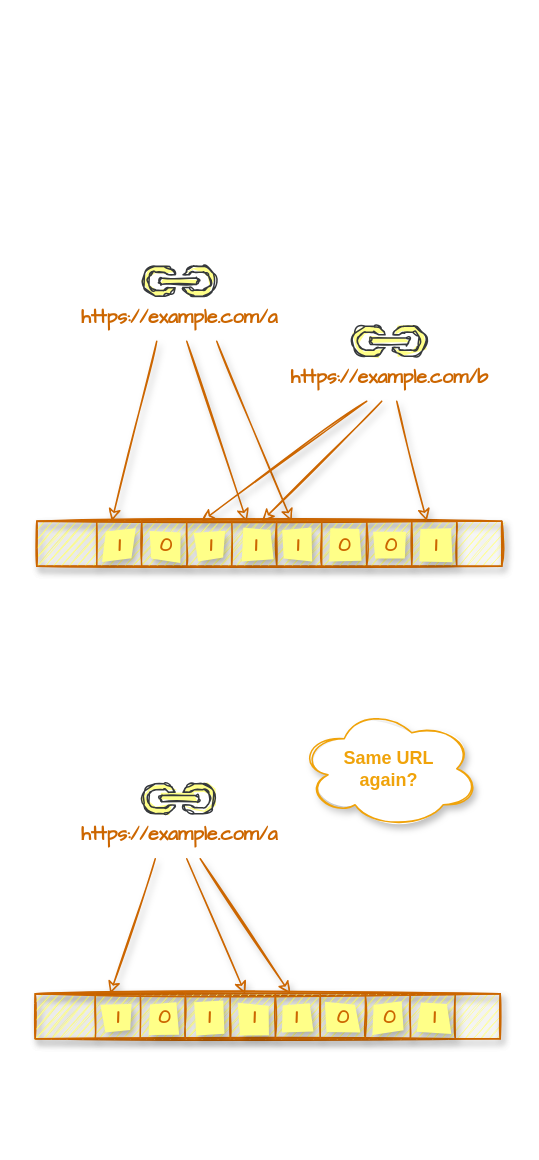
Above: page "bloomfilter" (2 of 6) of res/design.drawio in vincent-scw/mysearchengine (draw.io), before the change. Source tidied: cells renumbered, new cells numbered last; positions are measured from the earlier drawing's top-left corner, leaving out a move shared by most shapes. Both pictures are drawn from the tidied source at 150%, with x=0, y=0 at pixel (34, 266).
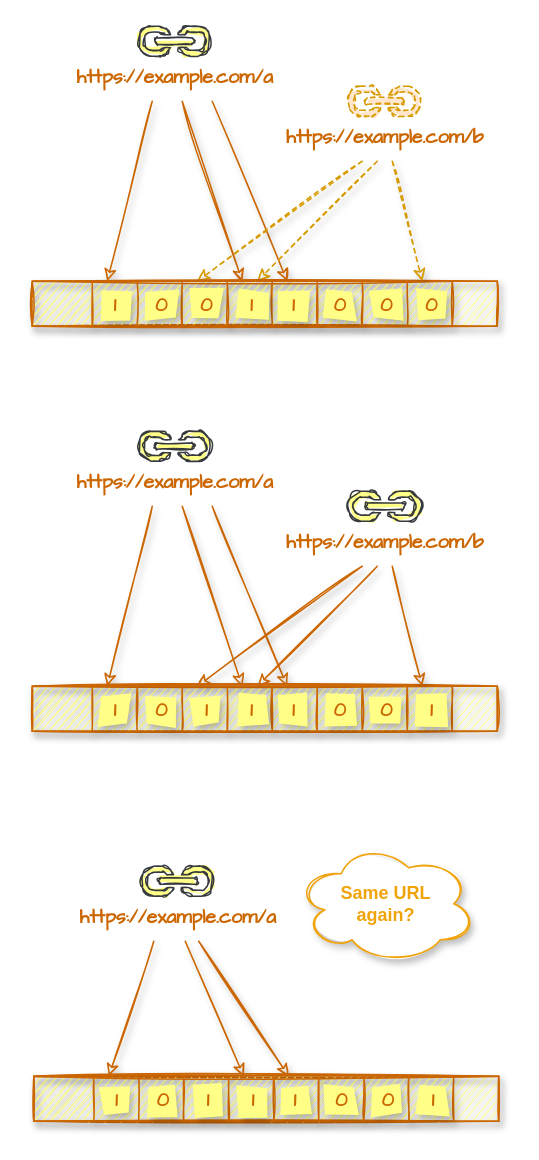
The same page after the edit.

What changed in the source:
```diff
@@
     <mxCell id="2" style="rounded=0;sketch=1;orthogonalLoop=1;jettySize=auto;html=1;shadow=1;endArrow=classic;endFill=0;strokeWidth=1;fontFamily=Comic Sans MS;fontSize=13;fontColor=#000000;fillColor=#cce5ff;strokeColor=#CC6600;" parent="1" edge="1">
       <mxGeometry relative="1" as="geometry">
-        <mxPoint x="81" y="50" as="sourcePoint" />
-        <mxPoint x="51" y="170" as="targetPoint" />
+        <mxPoint x="78" y="160" as="sourcePoint" />
+        <mxPoint x="48" y="280" as="targetPoint" />
       </mxGeometry>
     </mxCell>
     <mxCell id="3" style="rounded=0;sketch=1;orthogonalLoop=1;jettySize=auto;html=1;shadow=1;endArrow=classic;endFill=0;strokeWidth=1;fontFamily=Comic Sans MS;fontSize=13;fontColor=#000000;fillColor=#cce5ff;strokeColor=#CC6600;" parent="1" edge="1">
       <mxGeometry relative="1" as="geometry">
-        <mxPoint x="101" y="50" as="sourcePoint" />
-        <mxPoint x="141" y="170" as="targetPoint" />
+        <mxPoint x="98" y="160" as="sourcePoint" />
+        <mxPoint x="138" y="280" as="targetPoint" />
       </mxGeometry>
     </mxCell>
     <mxCell id="4" style="rounded=0;sketch=1;orthogonalLoop=1;jettySize=auto;html=1;shadow=1;endArrow=classic;endFill=0;strokeWidth=1;fontFamily=Comic Sans MS;fontSize=13;fontColor=#000000;fillColor=#cce5ff;strokeColor=#CC6600;" parent="1" edge="1">
       <mxGeometry relative="1" as="geometry">
-        <mxPoint x="121" y="50" as="sourcePoint" />
-        <mxPoint x="171" y="170" as="targetPoint" />
+        <mxPoint x="118" y="160" as="sourcePoint" />
+        <mxPoint x="168" y="280" as="targetPoint" />
       </mxGeometry>
     </mxCell>
     <mxCell id="5" style="rounded=0;sketch=1;orthogonalLoop=1;jettySize=auto;html=1;shadow=1;endArrow=classic;endFill=0;strokeWidth=1;fontFamily=Comic Sans MS;fontSize=13;fontColor=#000000;fillColor=#cce5ff;strokeColor=#CC6600;" parent="1" edge="1">
       <mxGeometry relative="1" as="geometry">
-        <mxPoint x="221" y="90" as="sourcePoint" />
-        <mxPoint x="111" y="170" as="targetPoint" />
+        <mxPoint x="218" y="200" as="sourcePoint" />
+        <mxPoint x="108" y="280" as="targetPoint" />
       </mxGeometry>
     </mxCell>
     <mxCell id="6" style="rounded=0;sketch=1;orthogonalLoop=1;jettySize=auto;html=1;shadow=1;endArrow=classic;endFill=0;strokeWidth=1;fontFamily=Comic Sans MS;fontSize=13;fontColor=#000000;fillColor=#cce5ff;strokeColor=#CC6600;" parent="1" edge="1">
       <mxGeometry relative="1" as="geometry">
-        <mxPoint x="231" y="90" as="sourcePoint" />
-        <mxPoint x="151" y="170" as="targetPoint" />
+        <mxPoint x="228" y="200" as="sourcePoint" />
+        <mxPoint x="148" y="280" as="targetPoint" />
       </mxGeometry>
     </mxCell>
     <mxCell id="7" style="group;shadow=1;sketch=1;fillColor=#ffff88;strokeColor=#CC6600;fontColor=#CC6600;fontStyle=1;fillStyle=auto;fontSize=13;" parent="1" vertex="1">
-      <mxGeometry x="1" y="170" width="310" height="30" as="geometry" />
+      <mxGeometry x="-2" y="280" width="310" height="30" as="geometry" />
     </mxCell>
@@
     <mxCell id="28" style="rounded=0;sketch=1;orthogonalLoop=1;jettySize=auto;html=1;shadow=1;endArrow=classic;endFill=0;strokeWidth=1;fontFamily=Comic Sans MS;fontSize=13;fontColor=#000000;fillColor=#cce5ff;strokeColor=#CC6600;" parent="1" edge="1">
       <mxGeometry relative="1" as="geometry">
-        <mxPoint x="241" y="90" as="sourcePoint" />
-        <mxPoint x="261" y="170" as="targetPoint" />
+        <mxPoint x="238" y="200" as="sourcePoint" />
+        <mxPoint x="258" y="280" as="targetPoint" />
       </mxGeometry>
     </mxCell>
     <mxCell id="29" value="https://example.com/a" style="shadow=0;dashed=0;html=1;strokeColor=#36393d;fillColor=#ffff88;labelPosition=center;verticalLabelPosition=bottom;verticalAlign=top;align=center;shape=mxgraph.office.concepts.link;labelBackgroundColor=none;sketch=1;fontFamily=Comic Sans MS;fontSize=13;fontColor=#CC6600;fontStyle=1;fillStyle=solid;" parent="1" vertex="1">
-      <mxGeometry x="71" width="50" height="20" as="geometry" />
+      <mxGeometry x="68" y="110" width="50" height="20" as="geometry" />
     </mxCell>
     <mxCell id="30" value="https://example.com/b" style="shadow=0;dashed=0;html=1;strokeColor=#36393d;fillColor=#ffff88;labelPosition=center;verticalLabelPosition=bottom;verticalAlign=top;align=center;shape=mxgraph.office.concepts.link;labelBackgroundColor=none;sketch=1;fontFamily=Comic Sans MS;fontSize=13;fontColor=#CC6600;fontStyle=1;fillStyle=solid;" parent="1" vertex="1">
-      <mxGeometry x="211" y="40" width="50" height="20" as="geometry" />
+      <mxGeometry x="208" y="150" width="50" height="20" as="geometry" />
     </mxCell>
     <mxCell id="31" style="rounded=0;sketch=1;orthogonalLoop=1;jettySize=auto;html=1;shadow=1;endArrow=classic;endFill=0;strokeWidth=1;fontFamily=Comic Sans MS;fontSize=13;fontColor=#000000;fillColor=#cce5ff;strokeColor=#CC6600;" parent="1" edge="1">
       <mxGeometry relative="1" as="geometry">
-        <mxPoint x="80" y="395" as="sourcePoint" />
-        <mxPoint x="50" y="485" as="targetPoint" />
+        <mxPoint x="79" y="450" as="sourcePoint" />
+        <mxPoint x="49" y="540" as="targetPoint" />
       </mxGeometry>
     </mxCell>
     <mxCell id="32" style="rounded=0;sketch=1;orthogonalLoop=1;jettySize=auto;html=1;shadow=1;endArrow=classic;endFill=0;strokeWidth=1;fontFamily=Comic Sans MS;fontSize=13;fontColor=#000000;fillColor=#cce5ff;strokeColor=#CC6600;" parent="1" edge="1">
       <mxGeometry relative="1" as="geometry">
-        <mxPoint x="101" y="395" as="sourcePoint" />
-        <mxPoint x="140" y="485" as="targetPoint" />
+        <mxPoint x="100" y="450" as="sourcePoint" />
+        <mxPoint x="139" y="540" as="targetPoint" />
       </mxGeometry>
     </mxCell>
     <mxCell id="33" style="rounded=0;sketch=1;orthogonalLoop=1;jettySize=auto;html=1;shadow=1;endArrow=classic;endFill=0;strokeWidth=1;fontFamily=Comic Sans MS;fontSize=13;fontColor=#000000;fillColor=#cce5ff;strokeColor=#CC6600;" parent="1" edge="1">
       <mxGeometry relative="1" as="geometry">
-        <mxPoint x="110" y="395" as="sourcePoint" />
-        <mxPoint x="170" y="485" as="targetPoint" />
+        <mxPoint x="109" y="450" as="sourcePoint" />
+        <mxPoint x="169" y="540" as="targetPoint" />
       </mxGeometry>
     </mxCell>
     <mxCell id="34" style="group;shadow=1;sketch=1;fillColor=#ffff88;strokeColor=#CC6600;fontColor=#CC6600;fontStyle=1;fillStyle=auto;fontSize=13;" parent="1" vertex="1">
-      <mxGeometry y="485" width="310" height="30" as="geometry" />
+      <mxGeometry x="-1" y="540" width="310" height="30" as="geometry" />
     </mxCell>
@@
     <mxCell id="55" value="https://example.com/a" style="shadow=0;dashed=0;html=1;strokeColor=#36393d;fillColor=#ffff88;labelPosition=center;verticalLabelPosition=bottom;verticalAlign=top;align=center;shape=mxgraph.office.concepts.link;labelBackgroundColor=none;sketch=1;fontFamily=Comic Sans MS;fontSize=13;fontColor=#CC6600;fontStyle=1;fillStyle=solid;" parent="1" vertex="1">
-      <mxGeometry x="71" y="345" width="50" height="20" as="geometry" />
+      <mxGeometry x="70" y="400" width="50" height="20" as="geometry" />
     </mxCell>
     <mxCell id="56" value="Same URL &lt;br&gt;again?" style="ellipse;shape=cloud;whiteSpace=wrap;html=1;shadow=1;strokeColor=#F0A30A;fontColor=#F0A30A;fontStyle=1;sketch=1;" parent="1" vertex="1">
-      <mxGeometry x="176" y="295" width="120" height="80" as="geometry" />
+      <mxGeometry x="174" y="385" width="120" height="80" as="geometry" />
     </mxCell>
+    <mxCell id="57" style="rounded=0;sketch=1;orthogonalLoop=1;jettySize=auto;html=1;shadow=1;endArrow=classic;endFill=0;strokeWidth=1;fontFamily=Comic Sans MS;fontSize=13;fontColor=#000000;fillColor=#cce5ff;strokeColor=#CC6600;" parent="1" edge="1">
+      <mxGeometry relative="1" as="geometry">
+        <mxPoint x="78" y="-110" as="sourcePoint" />
+        <mxPoint x="48" y="10" as="targetPoint" />
+      </mxGeometry>
+    </mxCell>
+    <mxCell id="58" style="rounded=0;sketch=1;orthogonalLoop=1;jettySize=auto;html=1;shadow=1;endArrow=classic;endFill=0;strokeWidth=1;fontFamily=Comic Sans MS;fontSize=13;fontColor=#000000;fillColor=#cce5ff;strokeColor=#CC6600;" parent="1" edge="1">
+      <mxGeometry relative="1" as="geometry">
+        <mxPoint x="98" y="-110" as="sourcePoint" />
+        <mxPoint x="138" y="10" as="targetPoint" />
+      </mxGeometry>
+    </mxCell>
+    <mxCell id="59" style="rounded=0;sketch=1;orthogonalLoop=1;jettySize=auto;html=1;shadow=1;endArrow=classic;endFill=0;strokeWidth=1;fontFamily=Comic Sans MS;fontSize=13;fontColor=#000000;fillColor=#cce5ff;strokeColor=#CC6600;" parent="1" edge="1">
+      <mxGeometry relative="1" as="geometry">
+        <mxPoint x="118" y="-110" as="sourcePoint" />
+        <mxPoint x="168" y="10" as="targetPoint" />
+      </mxGeometry>
+    </mxCell>
+    <mxCell id="60" style="rounded=0;sketch=1;orthogonalLoop=1;jettySize=auto;html=1;shadow=1;endArrow=classic;endFill=0;strokeWidth=1;fontFamily=Comic Sans MS;fontSize=13;fontColor=#000000;fillColor=#ffe6cc;strokeColor=#d79b00;dashed=1;" parent="1" edge="1">
+      <mxGeometry relative="1" as="geometry">
+        <mxPoint x="218" y="-70" as="sourcePoint" />
+        <mxPoint x="108" y="10" as="targetPoint" />
+      </mxGeometry>
+    </mxCell>
+    <mxCell id="61" style="rounded=0;sketch=1;orthogonalLoop=1;jettySize=auto;html=1;shadow=1;endArrow=classic;endFill=0;strokeWidth=1;fontFamily=Comic Sans MS;fontSize=13;fontColor=#000000;fillColor=#ffe6cc;strokeColor=#d79b00;dashed=1;" parent="1" edge="1">
+      <mxGeometry relative="1" as="geometry">
+        <mxPoint x="228" y="-70" as="sourcePoint" />
+        <mxPoint x="148" y="10" as="targetPoint" />
+      </mxGeometry>
+    </mxCell>
+    <mxCell id="62" style="group;shadow=1;sketch=1;fillColor=#ffff88;strokeColor=#CC6600;fontColor=#CC6600;fontStyle=1;fillStyle=auto;fontSize=13;" parent="1" vertex="1">
+      <mxGeometry x="-2" y="10" width="310" height="30" as="geometry" />
+    </mxCell>
+    <mxCell id="63" style="group;shadow=1;sketch=1;fillColor=#ffff88;strokeColor=#CC6600;fontColor=#CC6600;fontStyle=1;fontSize=13;" parent="62" vertex="1">
+      <mxGeometry width="280" height="30" as="geometry" />
+    </mxCell>
+    <mxCell id="64" style="endArrow=none;html=1;shadow=1;strokeWidth=1;fontFamily=Comic Sans MS;fontSize=13;sketch=1;fontStyle=1;fillColor=#ffff88;strokeColor=#CC6600;fontColor=#CC6600;" parent="63" edge="1">
+      <mxGeometry relative="1" as="geometry">
+        <mxPoint as="sourcePoint" />
+        <mxPoint x="310" as="targetPoint" />
+      </mxGeometry>
+    </mxCell>
+    <mxCell id="65" style="endArrow=none;html=1;shadow=1;strokeWidth=1;fontFamily=Comic Sans MS;fontSize=13;sketch=1;fontStyle=1;fillColor=#ffff88;strokeColor=#CC6600;fontColor=#CC6600;" parent="63" edge="1">
+      <mxGeometry relative="1" as="geometry">
+        <mxPoint y="30" as="sourcePoint" />
+        <mxPoint x="310" y="30" as="targetPoint" />
+      </mxGeometry>
+    </mxCell>
+    <mxCell id="66" style="endArrow=none;html=1;shadow=1;strokeWidth=1;fontFamily=Comic Sans MS;fontSize=13;sketch=1;fontStyle=1;fillColor=#ffff88;strokeColor=#CC6600;fontColor=#CC6600;" parent="63" edge="1">
+      <mxGeometry relative="1" as="geometry">
+        <mxPoint x="40" y="30" as="sourcePoint" />
+        <mxPoint x="40" as="targetPoint" />
+      </mxGeometry>
+    </mxCell>
+    <mxCell id="67" style="endArrow=none;html=1;shadow=1;strokeWidth=1;fontFamily=Comic Sans MS;fontSize=13;sketch=1;fontStyle=1;fillColor=#ffff88;strokeColor=#CC6600;fontColor=#CC6600;" parent="63" edge="1">
+      <mxGeometry relative="1" as="geometry">
+        <mxPoint x="70" y="30" as="sourcePoint" />
+        <mxPoint x="70" as="targetPoint" />
+      </mxGeometry>
+    </mxCell>
+    <mxCell id="68" style="endArrow=none;html=1;shadow=1;strokeWidth=1;fontFamily=Comic Sans MS;fontSize=13;sketch=1;fontStyle=1;fillColor=#ffff88;strokeColor=#CC6600;fontColor=#CC6600;" parent="63" edge="1">
+      <mxGeometry relative="1" as="geometry">
+        <mxPoint x="100" y="30" as="sourcePoint" />
+        <mxPoint x="100" as="targetPoint" />
+      </mxGeometry>
+    </mxCell>
+    <mxCell id="69" style="endArrow=none;html=1;shadow=1;strokeWidth=1;fontFamily=Comic Sans MS;fontSize=13;sketch=1;fontStyle=1;fillColor=#ffff88;strokeColor=#CC6600;fontColor=#CC6600;" parent="63" edge="1">
+      <mxGeometry relative="1" as="geometry">
+        <mxPoint x="130" y="30" as="sourcePoint" />
+        <mxPoint x="130" as="targetPoint" />
+      </mxGeometry>
+    </mxCell>
+    <mxCell id="70" style="endArrow=none;html=1;shadow=1;strokeWidth=1;fontFamily=Comic Sans MS;fontSize=13;sketch=1;fontStyle=1;fillColor=#ffff88;strokeColor=#CC6600;fontColor=#CC6600;" parent="63" edge="1">
+      <mxGeometry relative="1" as="geometry">
+        <mxPoint x="160" y="30" as="sourcePoint" />
+        <mxPoint x="160" as="targetPoint" />
+      </mxGeometry>
+    </mxCell>
+    <mxCell id="71" style="endArrow=none;html=1;shadow=1;strokeWidth=1;fontFamily=Comic Sans MS;fontSize=13;sketch=1;fontStyle=1;fillColor=#ffff88;strokeColor=#CC6600;fontColor=#CC6600;" parent="63" edge="1">
+      <mxGeometry relative="1" as="geometry">
+        <mxPoint x="190" y="30" as="sourcePoint" />
+        <mxPoint x="190" as="targetPoint" />
+      </mxGeometry>
+    </mxCell>
+    <mxCell id="72" style="endArrow=none;html=1;shadow=1;strokeWidth=1;fontFamily=Comic Sans MS;fontSize=13;sketch=1;fontStyle=1;fillColor=#ffff88;strokeColor=#CC6600;fontColor=#CC6600;" parent="63" edge="1">
+      <mxGeometry relative="1" as="geometry">
+        <mxPoint x="220" y="30" as="sourcePoint" />
+        <mxPoint x="220" as="targetPoint" />
+      </mxGeometry>
+    </mxCell>
+    <mxCell id="73" style="endArrow=none;html=1;shadow=1;strokeWidth=1;fontFamily=Comic Sans MS;fontSize=13;sketch=1;fontStyle=1;fillColor=#ffff88;strokeColor=#CC6600;fontColor=#CC6600;" parent="63" edge="1">
+      <mxGeometry relative="1" as="geometry">
+        <mxPoint x="250" y="30" as="sourcePoint" />
+        <mxPoint x="250" as="targetPoint" />
+      </mxGeometry>
+    </mxCell>
+    <mxCell id="74" value="1" style="text;html=1;align=center;verticalAlign=middle;fontSize=13;fontFamily=Comic Sans MS;sketch=1;fontStyle=1;shadow=1;fillColor=#ffff88;fontColor=#CC6600;fillStyle=solid;" parent="63" vertex="1">
+      <mxGeometry x="45" y="6" width="20" height="20" as="geometry" />
+    </mxCell>
+    <mxCell id="75" value="0" style="text;html=1;align=center;verticalAlign=middle;fontSize=13;fontFamily=Comic Sans MS;sketch=1;fontStyle=1;shadow=1;fillColor=#ffff88;fontColor=#CC6600;fillStyle=solid;" parent="63" vertex="1">
+      <mxGeometry x="106" y="6" width="20" height="20" as="geometry" />
+    </mxCell>
+    <mxCell id="76" value="1" style="text;html=1;align=center;verticalAlign=middle;fontSize=13;fontFamily=Comic Sans MS;sketch=1;fontStyle=1;shadow=1;fillColor=#ffff88;fontColor=#CC6600;fillStyle=solid;" parent="63" vertex="1">
+      <mxGeometry x="163.5" y="6" width="20" height="20" as="geometry" />
+    </mxCell>
+    <mxCell id="77" value="1" style="text;html=1;align=center;verticalAlign=middle;fontSize=13;fontFamily=Comic Sans MS;sketch=1;fontStyle=1;shadow=1;fillColor=#ffff88;fontColor=#CC6600;fillStyle=solid;" parent="63" vertex="1">
+      <mxGeometry x="136" y="6" width="20" height="20" as="geometry" />
+    </mxCell>
+    <mxCell id="78" value="0" style="text;html=1;align=center;verticalAlign=middle;fontSize=13;fontFamily=Comic Sans MS;sketch=1;fontStyle=1;shadow=1;fillColor=#ffff88;fontColor=#CC6600;fillStyle=solid;" parent="63" vertex="1">
+      <mxGeometry x="76" y="6" width="20" height="20" as="geometry" />
+    </mxCell>
+    <mxCell id="79" value="0" style="text;html=1;align=center;verticalAlign=middle;fontSize=13;fontFamily=Comic Sans MS;sketch=1;fontStyle=1;shadow=1;fillColor=#ffff88;fontColor=#CC6600;fillStyle=solid;" parent="63" vertex="1">
+      <mxGeometry x="195" y="6" width="20" height="20" as="geometry" />
+    </mxCell>
+    <mxCell id="80" value="0" style="text;html=1;align=center;verticalAlign=middle;fontSize=13;fontFamily=Comic Sans MS;sketch=1;fontStyle=1;shadow=1;fillColor=#ffff88;fontColor=#CC6600;fillStyle=solid;" parent="63" vertex="1">
+      <mxGeometry x="226" y="6" width="20" height="20" as="geometry" />
+    </mxCell>
+    <mxCell id="81" value="0" style="text;html=1;align=center;verticalAlign=middle;fontSize=13;fontFamily=Comic Sans MS;sketch=1;fontStyle=1;shadow=1;fillColor=#ffff88;fontColor=#CC6600;fillStyle=solid;" parent="63" vertex="1">
+      <mxGeometry x="256" y="6" width="20" height="20" as="geometry" />
+    </mxCell>
+    <mxCell id="82" style="endArrow=none;html=1;shadow=1;strokeWidth=1;fontFamily=Comic Sans MS;fontSize=13;fontColor=#CC6600;sketch=1;fillColor=#ffff88;strokeColor=#CC6600;fontStyle=1;" parent="62" edge="1">
+      <mxGeometry relative="1" as="geometry">
+        <mxPoint x="310" y="30" as="sourcePoint" />
+        <mxPoint x="310" as="targetPoint" />
+      </mxGeometry>
+    </mxCell>
+    <mxCell id="83" style="rounded=0;sketch=1;orthogonalLoop=1;jettySize=auto;html=1;shadow=1;endArrow=classic;endFill=0;strokeWidth=1;fontFamily=Comic Sans MS;fontSize=13;fontColor=#000000;fillColor=#ffe6cc;strokeColor=#d79b00;dashed=1;" parent="1" edge="1">
+      <mxGeometry relative="1" as="geometry">
+        <mxPoint x="238" y="-70" as="sourcePoint" />
+        <mxPoint x="258" y="10" as="targetPoint" />
+      </mxGeometry>
+    </mxCell>
+    <mxCell id="84" value="https://example.com/a" style="shadow=0;dashed=0;html=1;strokeColor=#36393d;fillColor=#ffff88;labelPosition=center;verticalLabelPosition=bottom;verticalAlign=top;align=center;shape=mxgraph.office.concepts.link;labelBackgroundColor=none;sketch=1;fontFamily=Comic Sans MS;fontSize=13;fontColor=#CC6600;fontStyle=1;fillStyle=solid;" parent="1" vertex="1">
+      <mxGeometry x="68" y="-160" width="50" height="20" as="geometry" />
+    </mxCell>
+    <mxCell id="85" value="https://example.com/b" style="shadow=0;dashed=1;html=1;strokeColor=#d79b00;fillColor=#ffe6cc;labelPosition=center;verticalLabelPosition=bottom;verticalAlign=top;align=center;shape=mxgraph.office.concepts.link;labelBackgroundColor=none;sketch=1;fontFamily=Comic Sans MS;fontSize=13;fontStyle=1;fillStyle=solid;fontColor=#CC6600;" parent="1" vertex="1">
+      <mxGeometry x="208" y="-120" width="50" height="20" as="geometry" />
+    </mxCell>
```
